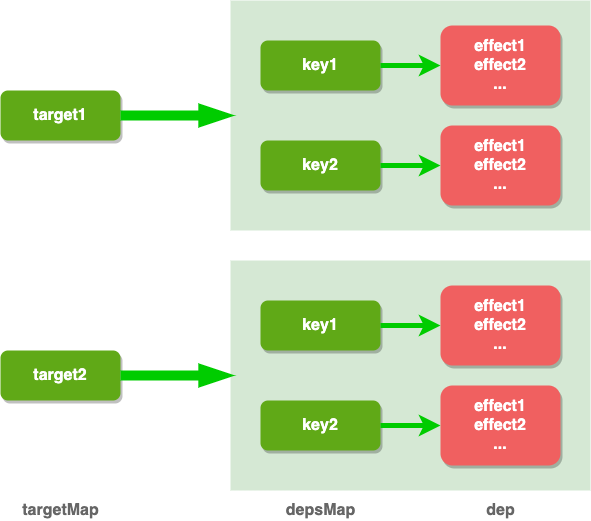
artoriaschan/blog keeps this draw.io diagram as src/assets/posts/vue3-source-reactivity/reactive-getter.png. Above is the earlier version. Source tidied: cells renumbered, new cells last; positions are measured from the earlier drawing's top-left corner, leaving out a move shared by most shapes. Its diagram source:
```xml
<mxGraphModel>
  <root>
    <mxCell id="0" />
    <mxCell id="1" parent="0" />
    <mxCell id="2" value="&lt;font style=&quot;font-size: 16px&quot;&gt;&lt;b&gt;target1&lt;/b&gt;&lt;/font&gt;" style="rounded=1;whiteSpace=wrap;html=1;fillColor=#60a917;fontColor=#ffffff;strokeColor=none;shadow=1;" parent="1" vertex="1">
      <mxGeometry y="90" width="120" height="50" as="geometry" />
    </mxCell>
    <mxCell id="3" style="rounded=0;whiteSpace=wrap;html=1;shadow=0;fillColor=#d5e8d4;strokeColor=none;" parent="1" vertex="1">
      <mxGeometry x="230" width="360" height="230" as="geometry" />
    </mxCell>
    <mxCell id="4" value="&lt;span style=&quot;font-size: 16px&quot;&gt;&lt;b&gt;key1&lt;/b&gt;&lt;/span&gt;" style="rounded=1;whiteSpace=wrap;html=1;fillColor=#60a917;fontColor=#ffffff;strokeColor=none;shadow=1;" parent="1" vertex="1">
      <mxGeometry x="260" y="40" width="120" height="50" as="geometry" />
    </mxCell>
    <mxCell id="5" value="&lt;b style=&quot;font-size: 16px&quot;&gt;key2&lt;/b&gt;" style="rounded=1;whiteSpace=wrap;html=1;fillColor=#60a917;fontColor=#ffffff;strokeColor=none;shadow=1;" parent="1" vertex="1">
      <mxGeometry x="260" y="140" width="120" height="50" as="geometry" />
    </mxCell>
    <mxCell id="6" value="&lt;font style=&quot;font-size: 16px&quot; color=&quot;#ffffff&quot;&gt;&lt;b&gt;effect1&lt;br&gt;effect2&lt;br&gt;...&lt;/b&gt;&lt;/font&gt;" style="rounded=1;whiteSpace=wrap;html=1;shadow=1;fillColor=#F06060;strokeColor=none;" parent="1" vertex="1">
      <mxGeometry x="440" y="25" width="120" height="80" as="geometry" />
    </mxCell>
    <mxCell id="7" value="&lt;font style=&quot;font-size: 16px&quot; color=&quot;#ffffff&quot;&gt;&lt;b&gt;effect1&lt;br&gt;effect2&lt;br&gt;...&lt;/b&gt;&lt;/font&gt;" style="rounded=1;whiteSpace=wrap;html=1;shadow=1;fillColor=#F06060;strokeColor=none;" parent="1" vertex="1">
      <mxGeometry x="440" y="125" width="120" height="80" as="geometry" />
    </mxCell>
    <mxCell id="8" style="endArrow=blockThin;html=1;exitX=1;exitY=0.5;exitDx=0;exitDy=0;entryX=0;entryY=0.5;entryDx=0;entryDy=0;fillColor=#60a917;strokeWidth=10;strokeColor=#00CC00;endFill=1;" parent="1" edge="1" source="2" target="3">
      <mxGeometry relative="1" as="geometry" />
    </mxCell>
    <mxCell id="9" style="endArrow=classic;html=1;entryX=0;entryY=0.5;entryDx=0;entryDy=0;fillColor=#60a917;strokeWidth=5;strokeColor=#00CC00;" parent="1" edge="1" target="6">
      <mxGeometry relative="1" as="geometry">
        <mxPoint x="380" y="65" as="sourcePoint" />
      </mxGeometry>
    </mxCell>
    <mxCell id="10" style="endArrow=classic;html=1;fillColor=#60a917;strokeWidth=5;strokeColor=#00CC00;exitX=1;exitY=0.5;exitDx=0;exitDy=0;entryX=0;entryY=0.5;entryDx=0;entryDy=0;" parent="1" edge="1" source="5" target="7">
      <mxGeometry relative="1" as="geometry" />
    </mxCell>
    <mxCell id="11" value="&lt;font style=&quot;font-size: 16px&quot;&gt;&lt;b&gt;target2&lt;br&gt;&lt;/b&gt;&lt;/font&gt;" style="rounded=1;whiteSpace=wrap;html=1;fillColor=#60a917;fontColor=#ffffff;strokeColor=none;shadow=1;" parent="1" vertex="1">
      <mxGeometry y="350" width="120" height="50" as="geometry" />
    </mxCell>
    <mxCell id="12" style="rounded=0;whiteSpace=wrap;html=1;shadow=0;fillColor=#d5e8d4;strokeColor=none;" parent="1" vertex="1">
      <mxGeometry x="230" y="260" width="360" height="230" as="geometry" />
    </mxCell>
    <mxCell id="13" value="&lt;span style=&quot;font-size: 16px&quot;&gt;&lt;b&gt;key1&lt;/b&gt;&lt;/span&gt;" style="rounded=1;whiteSpace=wrap;html=1;fillColor=#60a917;fontColor=#ffffff;strokeColor=none;shadow=1;" parent="1" vertex="1">
      <mxGeometry x="260" y="300" width="120" height="50" as="geometry" />
    </mxCell>
    <mxCell id="14" value="&lt;b style=&quot;font-size: 16px&quot;&gt;key2&lt;/b&gt;" style="rounded=1;whiteSpace=wrap;html=1;fillColor=#60a917;fontColor=#ffffff;strokeColor=none;shadow=1;" parent="1" vertex="1">
      <mxGeometry x="260" y="400" width="120" height="50" as="geometry" />
    </mxCell>
    <mxCell id="15" value="&lt;font style=&quot;font-size: 16px&quot; color=&quot;#ffffff&quot;&gt;&lt;b&gt;effect1&lt;br&gt;effect2&lt;br&gt;...&lt;/b&gt;&lt;/font&gt;" style="rounded=1;whiteSpace=wrap;html=1;shadow=1;fillColor=#F06060;strokeColor=none;" parent="1" vertex="1">
      <mxGeometry x="440" y="285" width="120" height="80" as="geometry" />
    </mxCell>
    <mxCell id="16" value="&lt;font style=&quot;font-size: 16px&quot; color=&quot;#ffffff&quot;&gt;&lt;b&gt;effect1&lt;br&gt;effect2&lt;br&gt;...&lt;/b&gt;&lt;/font&gt;" style="rounded=1;whiteSpace=wrap;html=1;shadow=1;fillColor=#F06060;strokeColor=none;" parent="1" vertex="1">
      <mxGeometry x="440" y="385" width="120" height="80" as="geometry" />
    </mxCell>
    <mxCell id="17" style="endArrow=blockThin;html=1;exitX=1;exitY=0.5;exitDx=0;exitDy=0;entryX=0;entryY=0.5;entryDx=0;entryDy=0;fillColor=#60a917;strokeWidth=10;strokeColor=#00CC00;endFill=1;" parent="1" edge="1" source="11" target="12">
      <mxGeometry relative="1" as="geometry" />
    </mxCell>
    <mxCell id="18" style="endArrow=classic;html=1;entryX=0;entryY=0.5;entryDx=0;entryDy=0;fillColor=#60a917;strokeWidth=5;strokeColor=#00CC00;" parent="1" edge="1" target="15">
      <mxGeometry relative="1" as="geometry">
        <mxPoint x="380" y="325" as="sourcePoint" />
      </mxGeometry>
    </mxCell>
    <mxCell id="19" style="endArrow=classic;html=1;fillColor=#60a917;strokeWidth=5;strokeColor=#00CC00;exitX=1;exitY=0.5;exitDx=0;exitDy=0;entryX=0;entryY=0.5;entryDx=0;entryDy=0;" parent="1" edge="1" source="14" target="16">
      <mxGeometry relative="1" as="geometry" />
    </mxCell>
    <mxCell id="20" value="&lt;font color=&quot;#666666&quot; style=&quot;font-size: 16px&quot;&gt;&lt;b&gt;targetMap&lt;/b&gt;&lt;/font&gt;" style="text;html=1;align=center;verticalAlign=middle;" parent="1" vertex="1">
      <mxGeometry x="15" y="500" width="90" height="20" as="geometry" />
    </mxCell>
    <mxCell id="21" value="&lt;font color=&quot;#666666&quot; style=&quot;font-size: 16px&quot;&gt;&lt;b&gt;depsMap&lt;/b&gt;&lt;/font&gt;" style="text;html=1;align=center;verticalAlign=middle;" parent="1" vertex="1">
      <mxGeometry x="280" y="500" width="80" height="20" as="geometry" />
    </mxCell>
    <mxCell id="22" value="&lt;font color=&quot;#666666&quot; style=&quot;font-size: 16px&quot;&gt;&lt;b&gt;dep&lt;/b&gt;&lt;/font&gt;" style="text;html=1;align=center;verticalAlign=middle;" parent="1" vertex="1">
      <mxGeometry x="480" y="500" width="40" height="20" as="geometry" />
    </mxCell>
  </root>
</mxGraphModel>
```
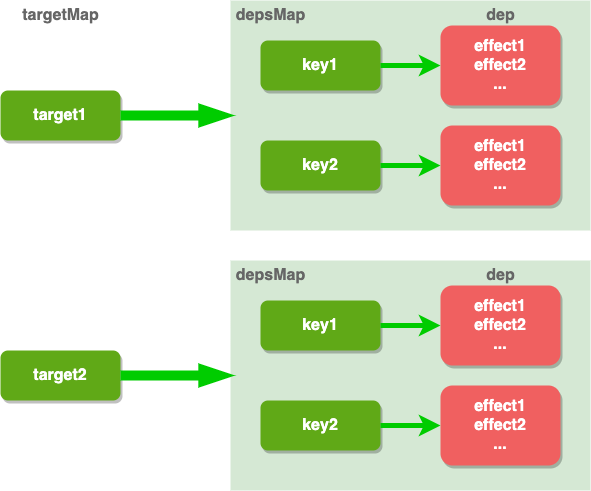
After the commit.

Diff of the diagram source:
```diff
@@ -61,13 +61,19 @@
       <mxGeometry relative="1" as="geometry" />
     </mxCell>
     <mxCell id="20" value="&lt;font color=&quot;#666666&quot; style=&quot;font-size: 16px&quot;&gt;&lt;b&gt;targetMap&lt;/b&gt;&lt;/font&gt;" style="text;html=1;align=center;verticalAlign=middle;" parent="1" vertex="1">
-      <mxGeometry x="15" y="500" width="90" height="20" as="geometry" />
+      <mxGeometry x="15" y="5" width="90" height="20" as="geometry" />
     </mxCell>
     <mxCell id="21" value="&lt;font color=&quot;#666666&quot; style=&quot;font-size: 16px&quot;&gt;&lt;b&gt;depsMap&lt;/b&gt;&lt;/font&gt;" style="text;html=1;align=center;verticalAlign=middle;" parent="1" vertex="1">
-      <mxGeometry x="280" y="500" width="80" height="20" as="geometry" />
+      <mxGeometry x="230" y="5" width="80" height="20" as="geometry" />
     </mxCell>
     <mxCell id="22" value="&lt;font color=&quot;#666666&quot; style=&quot;font-size: 16px&quot;&gt;&lt;b&gt;dep&lt;/b&gt;&lt;/font&gt;" style="text;html=1;align=center;verticalAlign=middle;" parent="1" vertex="1">
-      <mxGeometry x="480" y="500" width="40" height="20" as="geometry" />
+      <mxGeometry x="480" y="5" width="40" height="20" as="geometry" />
     </mxCell>
+    <mxCell id="23" value="&lt;font color=&quot;#666666&quot; style=&quot;font-size: 16px&quot;&gt;&lt;b&gt;depsMap&lt;/b&gt;&lt;/font&gt;" style="text;html=1;align=center;verticalAlign=middle;" parent="1" vertex="1">
+      <mxGeometry x="230" y="265" width="80" height="20" as="geometry" />
+    </mxCell>
+    <mxCell id="24" value="&lt;font color=&quot;#666666&quot; style=&quot;font-size: 16px&quot;&gt;&lt;b&gt;dep&lt;/b&gt;&lt;/font&gt;" style="text;html=1;align=center;verticalAlign=middle;" parent="1" vertex="1">
+      <mxGeometry x="480" y="265" width="40" height="20" as="geometry" />
+    </mxCell>
   </root>
 </mxGraphModel>
```
